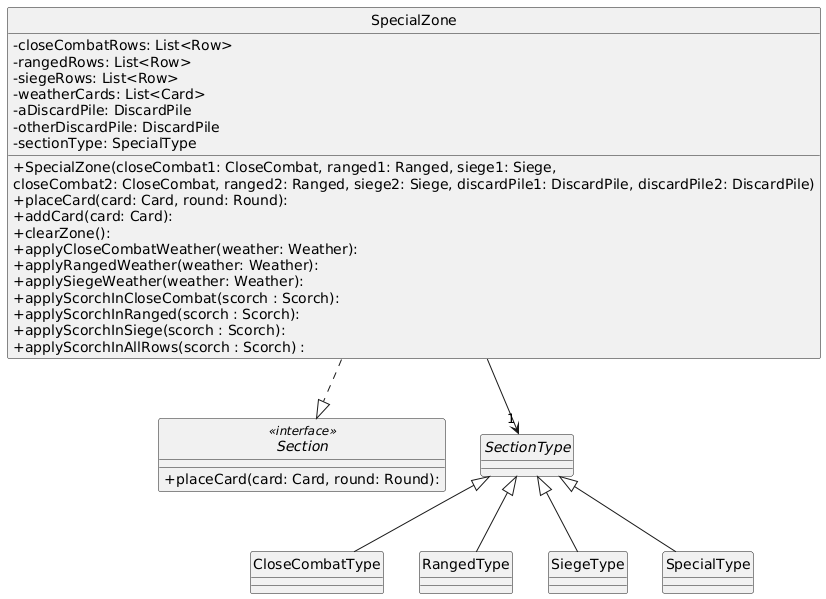
Above: diagrams/classes/specialZone.png in Yonhir/algo3_proyecto_base_tp2 (PlantUML), before the change.
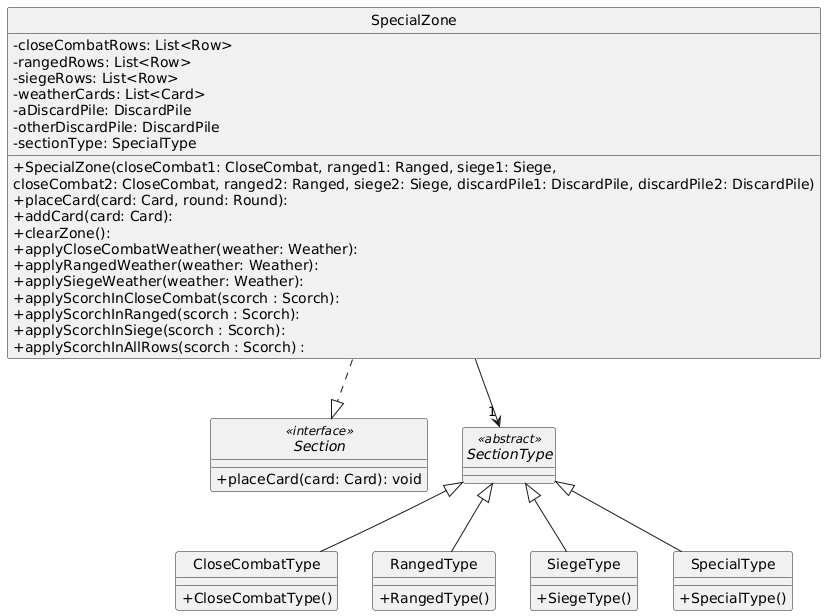
The same file after the commit.

Commit message:
arreglo diagrama

Diff of the diagram source:
```diff
@@ -2,6 +2,7 @@
 skinparam monochrome true
 hide circle
 skinparam classAttributeIconSize 0
+
 
 class SpecialZone {
   -closeCombatRows: List<Row>
@@ -25,22 +26,32 @@
   +applyScorchInAllRows(scorch : Scorch) :
 }
 
-
 interface Section <<interface>> {
-  +placeCard(card: Card, round: Round):
+  +placeCard(card: Card): void
 }
 
 
-abstract class SectionType
-class CloseCombatType
-class RangedType
-class SiegeType
-class SpecialType
+abstract class SectionType <<abstract>>
+class CloseCombatType{
+  +CloseCombatType()
+}
+class RangedType{
+  +RangedType()
+}
+class SiegeType{
+  +SiegeType()
+}
+class SpecialType{
+  +SpecialType()
+}
+
 SectionType <|-- SpecialType
 SectionType <|-- CloseCombatType
 SectionType <|-- RangedType
 SectionType <|-- SiegeType
 
+
+
 SpecialZone ..|> Section
 SpecialZone --> "1" SectionType
 @enduml
```
